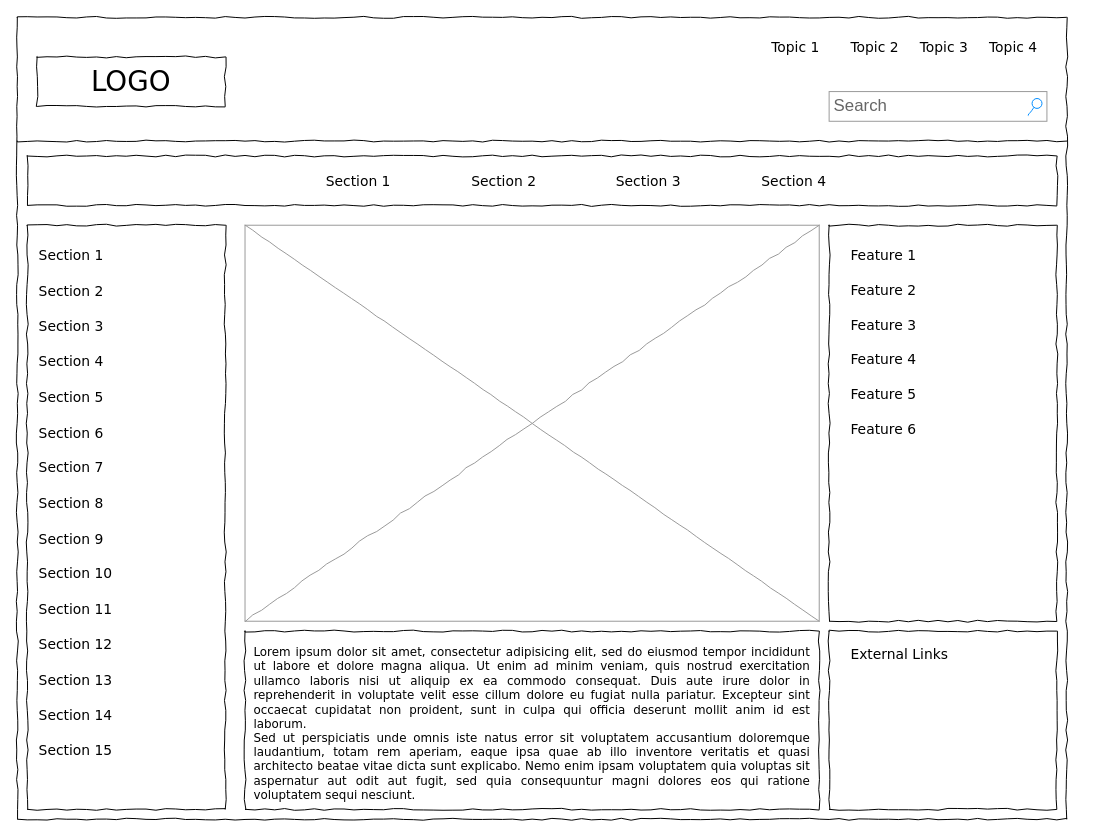
Above: Diagrama sem nome.drawio in figuereds/91133-Levi (draw.io), before the change. Source tidied: cells renumbered, new cells numbered last; positions are measured from the earlier drawing's top-left corner, leaving out a move shared by most shapes. Both pictures are drawn from the tidied source at 99%, with x=0, y=0 at pixel (17, 17).
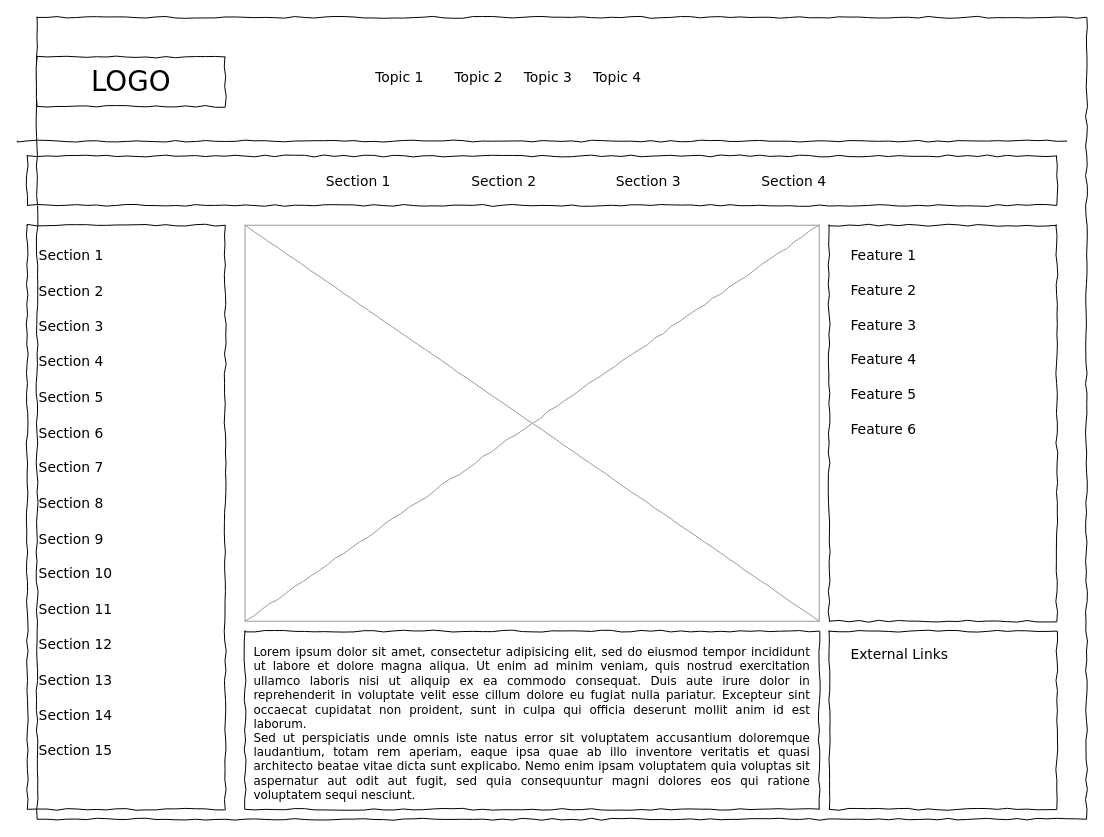
After the change.

Diff of the diagram source:
```diff
@@
     <mxCell id="2" style="whiteSpace=wrap;html=1;rounded=0;shadow=0;labelBackgroundColor=none;strokeColor=#000000;strokeWidth=1;fillColor=none;fontFamily=Verdana;fontSize=12;fontColor=#000000;align=center;comic=1;" parent="1" vertex="1">
-      <mxGeometry width="1060" height="810" as="geometry" />
+      <mxGeometry x="20" width="1060" height="810" as="geometry" />
     </mxCell>
@@
-    <mxCell id="4" value="Search" style="strokeWidth=1;shadow=0;dashed=0;align=center;html=1;shape=mxgraph.mockup.forms.searchBox;strokeColor=#999999;mainText=;strokeColor2=#008cff;fontColor=#666666;fontSize=17;align=left;spacingLeft=3;rounded=0;labelBackgroundColor=none;comic=1;" parent="1" vertex="1">
-      <mxGeometry x="820" y="75" width="220" height="30" as="geometry" />
-    </mxCell>
     <mxCell id="5" value="Topic 1" style="text;html=1;align=left;verticalAlign=top;spacingTop=-4;fontSize=14;fontFamily=Verdana;" parent="1" vertex="1">
-      <mxGeometry x="760" y="20" width="60" height="20" as="geometry" />
+      <mxGeometry x="360" y="50" width="60" height="20" as="geometry" />
     </mxCell>
     <mxCell id="6" value="Topic 2" style="text;html=1;align=left;verticalAlign=top;spacingTop=-4;fontSize=14;fontFamily=Verdana;" parent="1" vertex="1">
-      <mxGeometry x="840" y="20" width="60" height="20" as="geometry" />
+      <mxGeometry x="440" y="50" width="60" height="20" as="geometry" />
     </mxCell>
     <mxCell id="7" value="Topic 3" style="text;html=1;align=left;verticalAlign=top;spacingTop=-4;fontSize=14;fontFamily=Verdana;" parent="1" vertex="1">
-      <mxGeometry x="910" y="20" width="60" height="20" as="geometry" />
+      <mxGeometry x="510" y="50" width="60" height="20" as="geometry" />
     </mxCell>
     <mxCell id="8" value="Topic 4" style="text;html=1;align=left;verticalAlign=top;spacingTop=-4;fontSize=14;fontFamily=Verdana;" parent="1" vertex="1">
-      <mxGeometry x="980" y="20" width="60" height="20" as="geometry" />
+      <mxGeometry x="580" y="50" width="60" height="20" as="geometry" />
     </mxCell>
```
